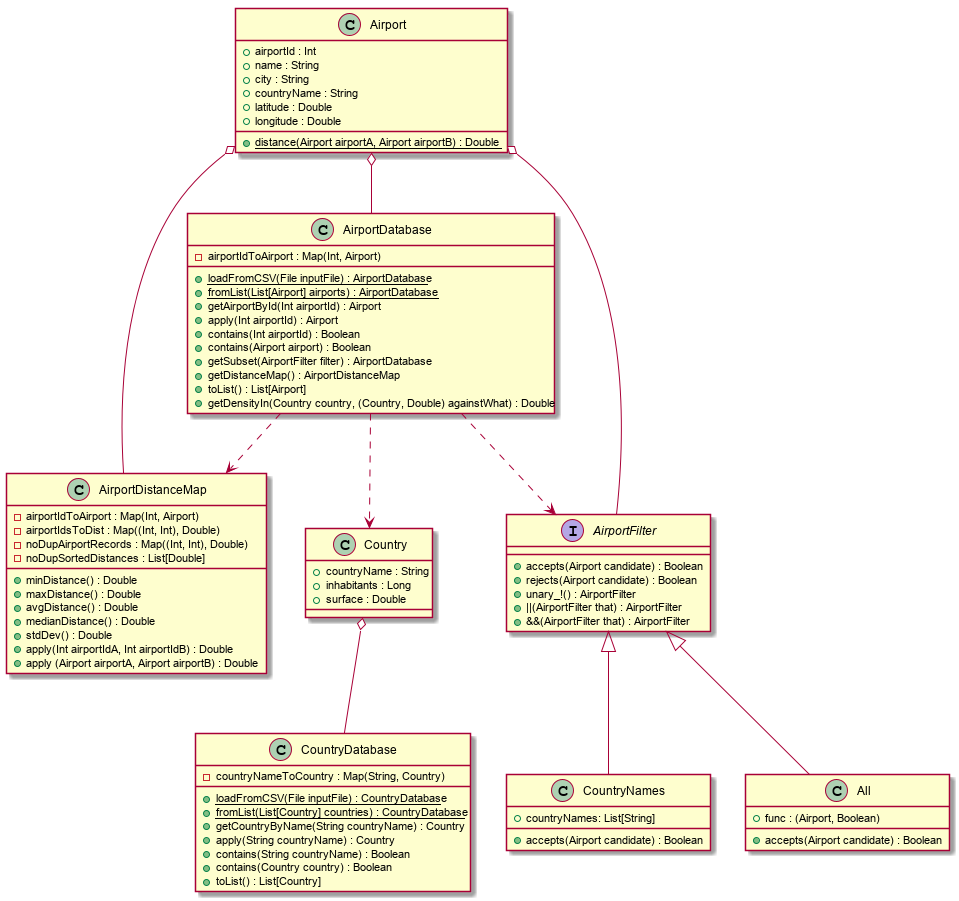
The PlantUML diagram resources/Diagramme_De_Classe.png in pBouillon/OpenFlightStatistics, before a commit.
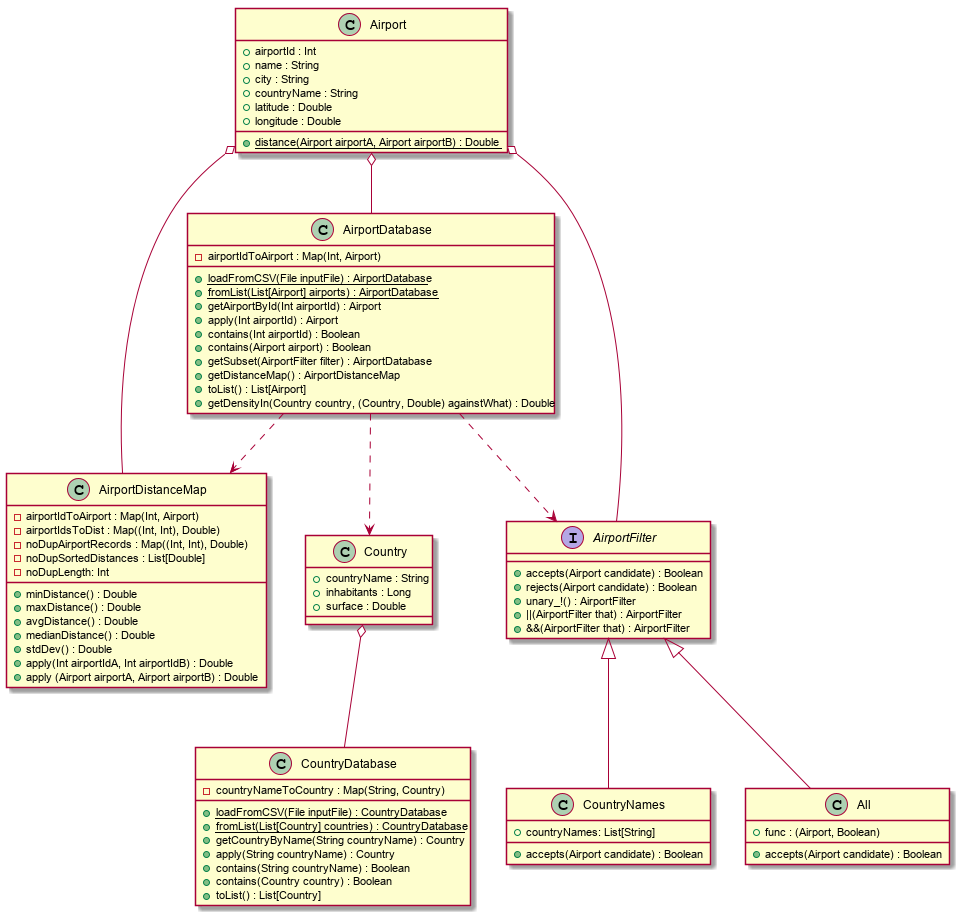
After the commit.

Commit message:
Fix d'un élément dans AirportDistanceMap

What changed in the source:
```diff
@@ -29,6 +29,7 @@
 	{field} - airportIdsToDist : Map((Int, Int), Double)
 	{field} - noDupAirportRecords : Map((Int, Int), Double)
 	{field} - noDupSortedDistances : List[Double]
+	{field} - noDupLength: Int
 	+ minDistance() : Double
 	+ maxDistance() : Double
 	+ avgDistance() : Double
```
